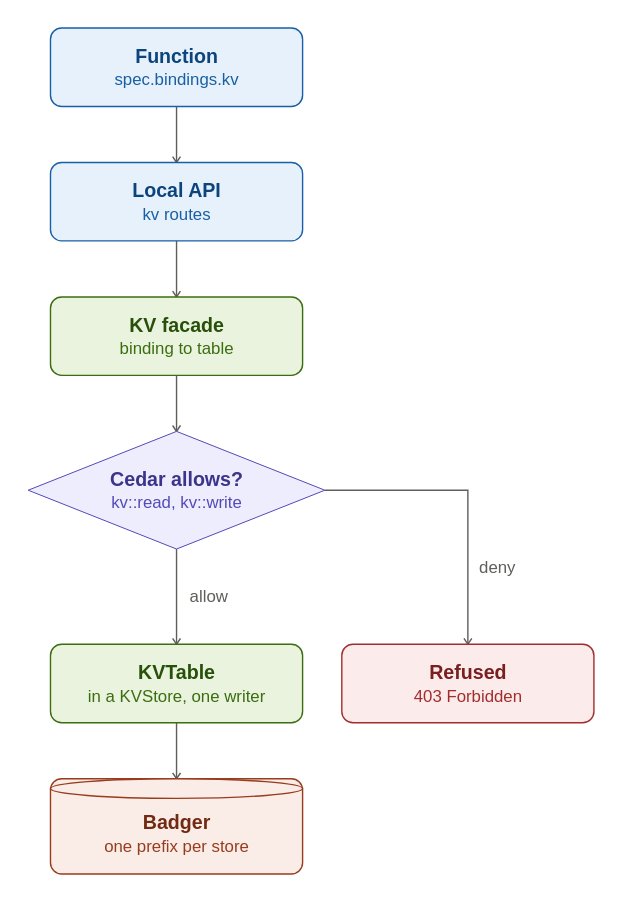
pyvvo/funcd keeps this draw.io diagram as docs/guide/assets/kv.drawio.svg. Above is the earlier version. Source tidied: cells renumbered, new cells last; positions are measured from the earlier drawing's top-left corner, leaving out a move shared by most shapes.
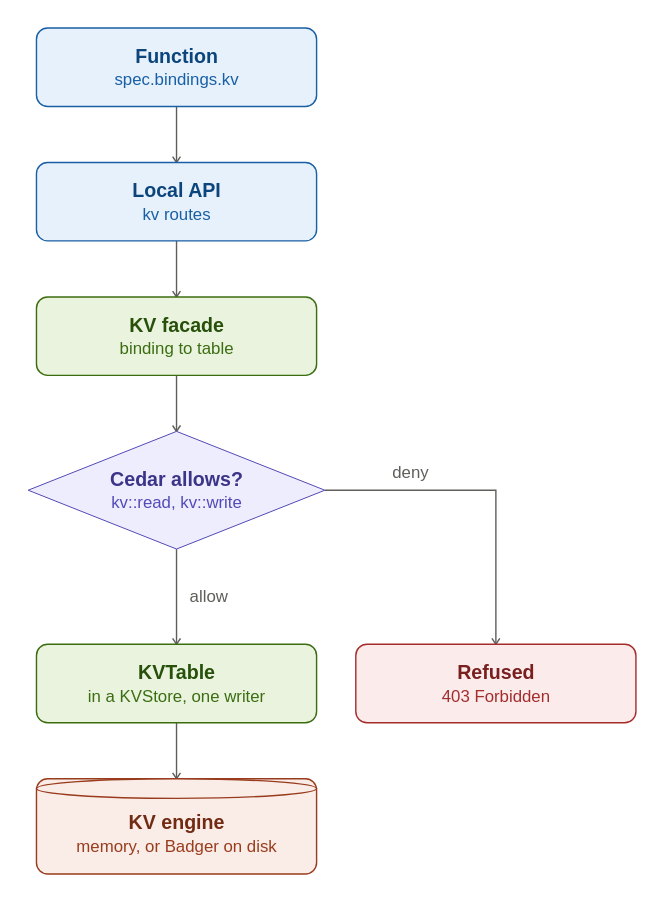
Above is the later version.

The edit, as a diff of the source:
```diff
@@ -3,25 +3,25 @@
     <mxCell id="0" />
     <mxCell id="1" parent="0" />
     <mxCell id="2" value="&lt;b&gt;Function&lt;/b&gt;&lt;br&gt;&lt;font style=&quot;font-size:12px&quot; color=&quot;#185FA5&quot;&gt;spec.bindings.kv&lt;/font&gt;" style="rounded=1;absoluteArcSize=1;arcSize=16;whiteSpace=wrap;html=1;fillColor=#E6F1FB;strokeColor=#185FA5;fontColor=#0C447C;fontSize=14;" parent="1" vertex="1">
-      <mxGeometry x="16" width="180" height="56" as="geometry" />
+      <mxGeometry x="16" width="200" height="56" as="geometry" />
     </mxCell>
     <mxCell id="3" value="&lt;b&gt;Local API&lt;/b&gt;&lt;br&gt;&lt;font style=&quot;font-size:12px&quot; color=&quot;#185FA5&quot;&gt;kv routes&lt;/font&gt;" style="rounded=1;absoluteArcSize=1;arcSize=16;whiteSpace=wrap;html=1;fillColor=#E6F1FB;strokeColor=#185FA5;fontColor=#0C447C;fontSize=14;" parent="1" vertex="1">
-      <mxGeometry x="16" y="96" width="180" height="56" as="geometry" />
+      <mxGeometry x="16" y="96" width="200" height="56" as="geometry" />
     </mxCell>
     <mxCell id="4" value="&lt;b&gt;KV facade&lt;/b&gt;&lt;br&gt;&lt;font style=&quot;font-size:12px&quot; color=&quot;#3B6D11&quot;&gt;binding to table&lt;/font&gt;" style="rounded=1;absoluteArcSize=1;arcSize=16;whiteSpace=wrap;html=1;fillColor=#EAF3DE;strokeColor=#3B6D11;fontColor=#27500A;fontSize=14;" parent="1" vertex="1">
-      <mxGeometry x="16" y="192" width="180" height="56" as="geometry" />
+      <mxGeometry x="16" y="192" width="200" height="56" as="geometry" />
     </mxCell>
     <mxCell id="5" value="&lt;b&gt;Cedar allows?&lt;/b&gt;&lt;br&gt;&lt;font style=&quot;font-size:12px&quot; color=&quot;#534AB7&quot;&gt;kv::read, kv::write&lt;/font&gt;" style="rhombus;whiteSpace=wrap;html=1;fillColor=#EEEDFE;strokeColor=#534AB7;fontColor=#3C3489;fontSize=14;" parent="1" vertex="1">
-      <mxGeometry y="288" width="212" height="84" as="geometry" />
+      <mxGeometry x="10" y="288" width="212" height="84" as="geometry" />
     </mxCell>
     <mxCell id="6" value="&lt;b&gt;KVTable&lt;/b&gt;&lt;br&gt;&lt;font style=&quot;font-size:12px&quot; color=&quot;#3B6D11&quot;&gt;in a KVStore, one writer&lt;/font&gt;" style="rounded=1;absoluteArcSize=1;arcSize=16;whiteSpace=wrap;html=1;fillColor=#EAF3DE;strokeColor=#3B6D11;fontColor=#27500A;fontSize=14;" parent="1" vertex="1">
-      <mxGeometry x="16" y="440" width="180" height="56" as="geometry" />
+      <mxGeometry x="16" y="440" width="200" height="56" as="geometry" />
     </mxCell>
-    <mxCell id="7" value="&lt;b&gt;Badger&lt;/b&gt;&lt;br&gt;&lt;font style=&quot;font-size:12px&quot; color=&quot;#993C1D&quot;&gt;one prefix per store&lt;/font&gt;" style="shape=cylinder3;boundedLbl=1;size=8;whiteSpace=wrap;html=1;fillColor=#FAECE7;strokeColor=#993C1D;fontColor=#712B13;fontSize=14;" parent="1" vertex="1">
-      <mxGeometry x="16" y="536" width="180" height="68" as="geometry" />
+    <mxCell id="7" value="&lt;b&gt;KV engine&lt;/b&gt;&lt;br&gt;&lt;font style=&quot;font-size:12px&quot; color=&quot;#993C1D&quot;&gt;memory, or Badger on disk&lt;/font&gt;" style="shape=cylinder3;boundedLbl=1;size=8;whiteSpace=wrap;html=1;fillColor=#FAECE7;strokeColor=#993C1D;fontColor=#712B13;fontSize=14;" parent="1" vertex="1">
+      <mxGeometry x="16" y="536" width="200" height="68" as="geometry" />
     </mxCell>
     <mxCell id="8" value="&lt;b&gt;Refused&lt;/b&gt;&lt;br&gt;&lt;font style=&quot;font-size:12px&quot; color=&quot;#A32D2D&quot;&gt;403 Forbidden&lt;/font&gt;" style="rounded=1;absoluteArcSize=1;arcSize=16;whiteSpace=wrap;html=1;fillColor=#FCEBEB;strokeColor=#A32D2D;fontColor=#791F1F;fontSize=14;" parent="1" vertex="1">
-      <mxGeometry x="224" y="440" width="180" height="56" as="geometry" />
+      <mxGeometry x="244" y="440" width="200" height="56" as="geometry" />
     </mxCell>
     <mxCell id="9" style="edgeStyle=orthogonalEdgeStyle;rounded=0;html=1;jettySize=auto;strokeColor=#5F5E5A;fontColor=#5F5E5A;fontSize=12;labelBackgroundColor=#FFFFFF;endSize=7;endArrow=open;endFill=0;exitX=0.5;exitY=1;exitDx=0;exitDy=0;exitPerimeter=0;entryX=0.5;entryY=0;entryDx=0;entryDy=0;entryPerimeter=0;" parent="1" edge="1" source="2" target="3">
       <mxGeometry relative="1" as="geometry" />
@@ -38,11 +38,11 @@
       </mxGeometry>
     </mxCell>
     <mxCell id="13" value="deny" style="edgeStyle=orthogonalEdgeStyle;rounded=0;html=1;jettySize=auto;strokeColor=#5F5E5A;fontColor=#5F5E5A;fontSize=12;labelBackgroundColor=#FFFFFF;endSize=7;endArrow=open;endFill=0;exitX=1;exitY=0.5;exitDx=0;exitDy=0;exitPerimeter=0;entryX=0.5;entryY=0;entryDx=0;entryDy=0;entryPerimeter=0;" parent="1" edge="1" source="5" target="8">
-      <mxGeometry x="0.48" relative="1" as="geometry">
+      <mxGeometry x="-0.47" relative="1" as="geometry">
         <Array as="points">
-          <mxPoint x="314" y="330" />
+          <mxPoint x="344" y="330" />
         </Array>
-        <mxPoint x="21" as="offset" />
+        <mxPoint y="-13" as="offset" />
       </mxGeometry>
     </mxCell>
     <mxCell id="14" style="edgeStyle=orthogonalEdgeStyle;rounded=0;html=1;jettySize=auto;strokeColor=#5F5E5A;fontColor=#5F5E5A;fontSize=12;labelBackgroundColor=#FFFFFF;endSize=7;endArrow=open;endFill=0;exitX=0.5;exitY=1;exitDx=0;exitDy=0;exitPerimeter=0;entryX=0.5;entryY=0;entryDx=0;entryDy=0;entryPerimeter=0;" parent="1" edge="1" source="6" target="7">
```
